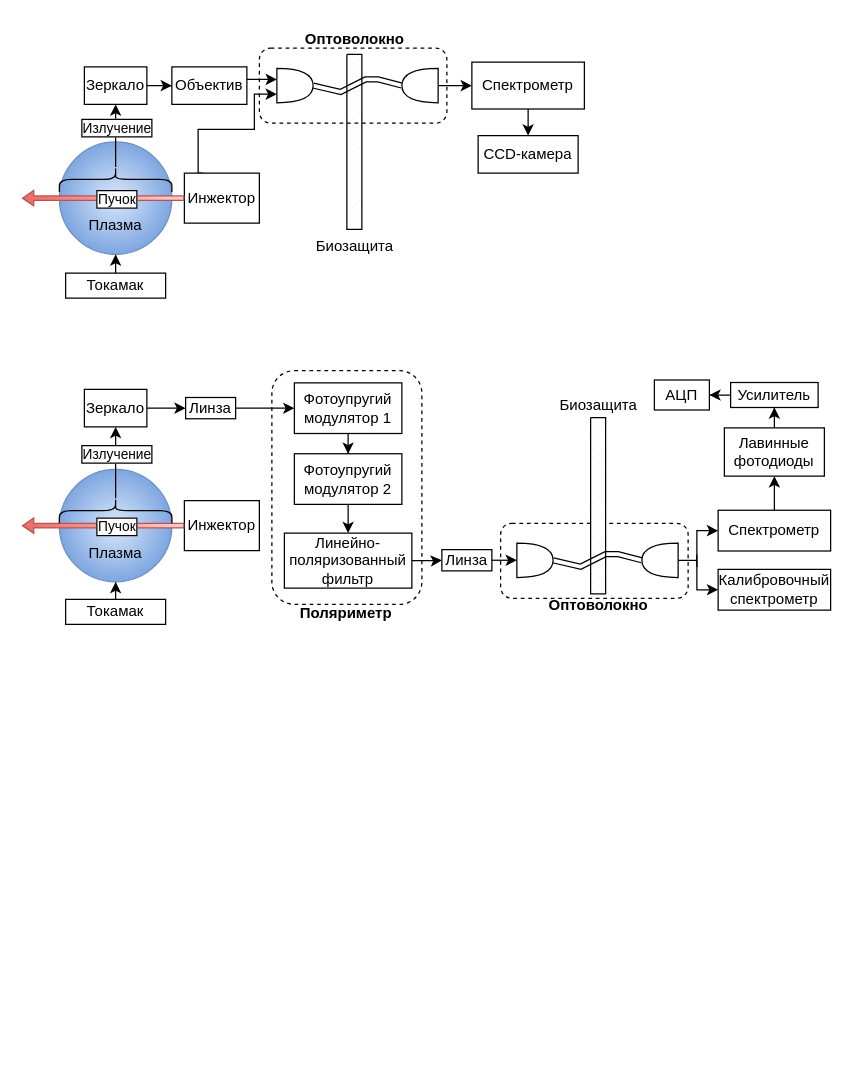
Above: Диаграмма без названия.drawio in Mr-Boshi/diagrams (draw.io), before the change. Source tidied: cells renumbered, new cells numbered last; positions are measured from the earlier drawing's top-left corner, leaving out a move shared by most shapes. Both pictures are drawn from the tidied source at 125%, with x=0, y=0 at pixel (21, 20).
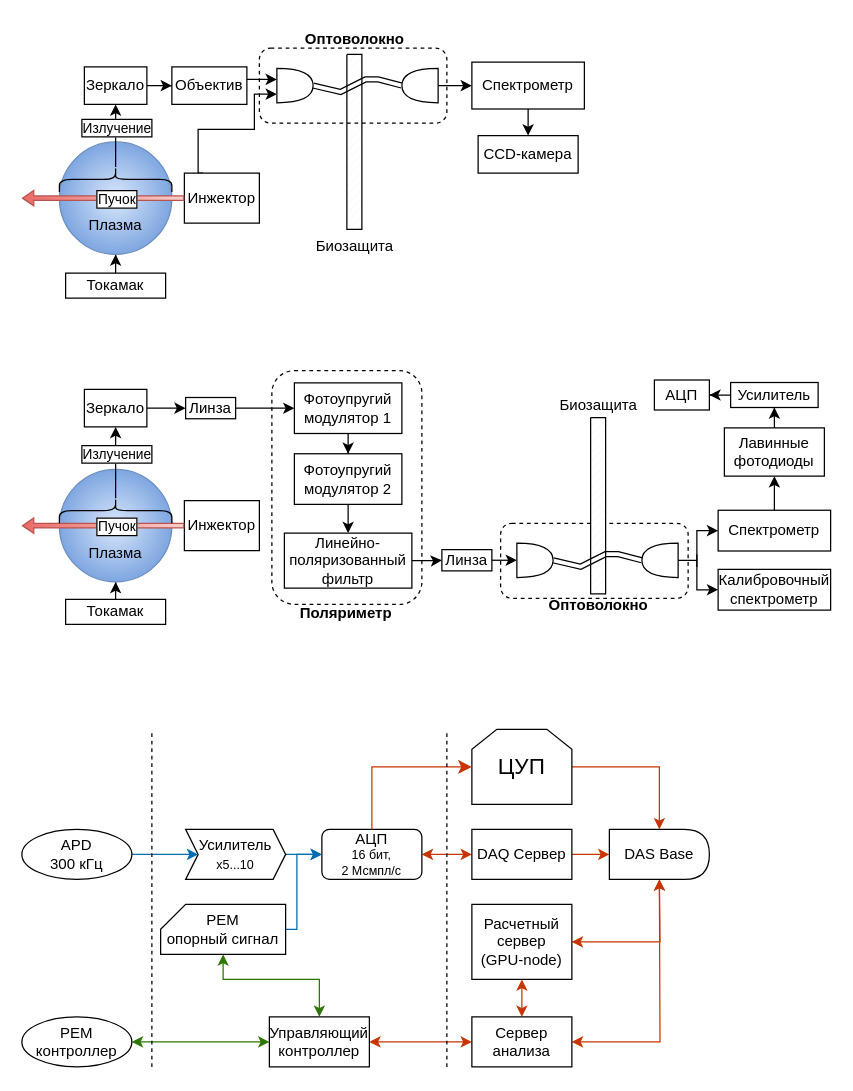
The same page after the edit.

Commit message:
диаграмма системы управления

The edit, as a diff of the source:
```diff
@@
+    <mxCell id="67" style="edgeStyle=orthogonalEdgeStyle;rounded=0;jettySize=auto;html=1;entryX=0.5;entryY=0;entryDx=0;entryDy=0;fillColor=#fa6800;strokeColor=#C73500;" parent="1" edge="1" source="68" target="89">
+      <mxGeometry relative="1" as="geometry" />
+    </mxCell>
+    <mxCell id="68" value="&lt;font style=&quot;font-size: 18px;&quot;&gt;ЦУП&lt;/font&gt;" style="shape=loopLimit;whiteSpace=wrap;html=1;" parent="1" vertex="1">
+      <mxGeometry x="360" y="567" width="80" height="60" as="geometry" />
+    </mxCell>
+    <mxCell id="69" style="edgeStyle=orthogonalEdgeStyle;rounded=0;jettySize=auto;html=1;startArrow=classic;startFill=1;fillColor=#fa6800;strokeColor=#C73500;" parent="1" edge="1" source="70" target="83">
+      <mxGeometry relative="1" as="geometry" />
+    </mxCell>
+    <mxCell id="70" value="&lt;p style=&quot;line-height: 100%;&quot;&gt;АЦП&lt;br&gt;&lt;font style=&quot;font-size: 10px;&quot;&gt;16 бит,&lt;br&gt;2 Мсмпл/с&lt;/font&gt;&lt;/p&gt;" style="rounded=1;whiteSpace=wrap;html=1;" parent="1" vertex="1">
+      <mxGeometry x="240" y="647" width="80" height="40" as="geometry" />
+    </mxCell>
+    <mxCell id="71" style="edgeStyle=orthogonalEdgeStyle;rounded=0;jettySize=auto;html=1;fillColor=#1ba1e2;strokeColor=#006EAF;" parent="1" edge="1" source="72" target="70">
+      <mxGeometry relative="1" as="geometry" />
+    </mxCell>
+    <mxCell id="72" value="Усилитель&lt;br&gt;&lt;font style=&quot;font-size: 10px;&quot;&gt;х5...10&lt;/font&gt;" style="shape=step;perimeter=stepPerimeter;whiteSpace=wrap;html=1;fixedSize=1;size=10;" parent="1" vertex="1">
+      <mxGeometry x="131" y="647" width="80" height="40" as="geometry" />
+    </mxCell>
+    <mxCell id="73" style="edgeStyle=orthogonalEdgeStyle;rounded=0;jettySize=auto;html=1;fillColor=#1ba1e2;strokeColor=#006EAF;" parent="1" edge="1" source="74" target="72">
+      <mxGeometry relative="1" as="geometry" />
+    </mxCell>
+    <mxCell id="74" value="APD&lt;br&gt;300 кГц" style="ellipse;whiteSpace=wrap;html=1;" parent="1" vertex="1">
+      <mxGeometry y="647" width="88" height="40" as="geometry" />
+    </mxCell>
+    <mxCell id="75" style="edgeStyle=orthogonalEdgeStyle;rounded=0;jettySize=auto;html=1;entryX=0;entryY=0.5;entryDx=0;entryDy=0;fillColor=#1ba1e2;strokeColor=#006EAF;" parent="1" edge="1" source="77" target="70">
+      <mxGeometry relative="1" as="geometry">
+        <Array as="points">
+          <mxPoint x="220" y="727" />
+          <mxPoint x="220" y="667" />
+        </Array>
+      </mxGeometry>
+    </mxCell>
+    <mxCell id="76" style="edgeStyle=orthogonalEdgeStyle;rounded=0;jettySize=auto;html=1;entryX=0.5;entryY=0;entryDx=0;entryDy=0;startArrow=classic;startFill=1;fillColor=#60a917;strokeColor=#2D7600;exitX=0.5;exitY=1;exitDx=0;exitDy=0;exitPerimeter=0;" parent="1" edge="1" source="77">
+      <mxGeometry relative="1" as="geometry">
+        <mxPoint x="238" y="797" as="targetPoint" />
+        <Array as="points">
+          <mxPoint x="161" y="767" />
+          <mxPoint x="238" y="767" />
+        </Array>
+      </mxGeometry>
+    </mxCell>
+    <mxCell id="77" value="PEM &lt;br&gt;опорный сигнал" style="shape=card;whiteSpace=wrap;html=1;size=20;" parent="1" vertex="1">
+      <mxGeometry x="111" y="707" width="100" height="40" as="geometry" />
+    </mxCell>
+    <mxCell id="78" style="edgeStyle=orthogonalEdgeStyle;rounded=0;jettySize=auto;html=1;entryX=0;entryY=0.5;entryDx=0;entryDy=0;startArrow=classic;startFill=1;fillColor=#60a917;strokeColor=#2D7600;" parent="1" edge="1" source="79" target="81">
+      <mxGeometry relative="1" as="geometry" />
+    </mxCell>
+    <mxCell id="79" value="PEM контроллер" style="ellipse;whiteSpace=wrap;html=1;" parent="1" vertex="1">
+      <mxGeometry y="797" width="88" height="40" as="geometry" />
+    </mxCell>
+    <mxCell id="80" style="edgeStyle=orthogonalEdgeStyle;rounded=0;jettySize=auto;html=1;startArrow=classic;startFill=1;fillColor=#fa6800;strokeColor=#C73500;" parent="1" edge="1" source="81" target="86">
+      <mxGeometry relative="1" as="geometry" />
+    </mxCell>
+    <mxCell id="81" value="Управляющий контроллер" style="rounded=0;whiteSpace=wrap;html=1;" parent="1" vertex="1">
+      <mxGeometry x="198" y="797" width="80" height="40" as="geometry" />
+    </mxCell>
+    <mxCell id="82" style="edgeStyle=orthogonalEdgeStyle;rounded=0;jettySize=auto;html=1;fillColor=#fa6800;strokeColor=#C73500;" parent="1" edge="1" source="83" target="89">
+      <mxGeometry relative="1" as="geometry" />
+    </mxCell>
+    <mxCell id="83" value="DAQ Сервер" style="rounded=0;whiteSpace=wrap;html=1;" parent="1" vertex="1">
+      <mxGeometry x="360" y="647" width="80" height="40" as="geometry" />
+    </mxCell>
+    <mxCell id="84" style="edgeStyle=orthogonalEdgeStyle;rounded=0;jettySize=auto;html=1;startArrow=classic;startFill=1;fillColor=#fa6800;strokeColor=#C73500;" parent="1" edge="1" source="86" target="88">
+      <mxGeometry relative="1" as="geometry" />
+    </mxCell>
+    <mxCell id="85" style="edgeStyle=orthogonalEdgeStyle;rounded=0;jettySize=auto;html=1;jumpStyle=none;fillColor=#fa6800;strokeColor=#C73500;startArrow=classic;startFill=1;" parent="1" edge="1" source="86">
+      <mxGeometry relative="1" as="geometry">
+        <mxPoint x="510" y="687" as="targetPoint" />
+      </mxGeometry>
+    </mxCell>
+    <mxCell id="86" value="Сервер анализа" style="rounded=0;whiteSpace=wrap;html=1;" parent="1" vertex="1">
+      <mxGeometry x="360" y="797" width="80" height="40" as="geometry" />
+    </mxCell>
+    <mxCell id="87" style="edgeStyle=orthogonalEdgeStyle;rounded=0;jettySize=auto;html=1;fillColor=#fa6800;strokeColor=#C73500;startArrow=classic;startFill=1;" parent="1" edge="1" source="88">
+      <mxGeometry relative="1" as="geometry">
+        <mxPoint x="510" y="687" as="targetPoint" />
+      </mxGeometry>
+    </mxCell>
+    <mxCell id="88" value="Расчетный сервер&lt;br&gt;(GPU-node)" style="rounded=0;whiteSpace=wrap;html=1;" parent="1" vertex="1">
+      <mxGeometry x="360" y="707" width="80" height="60" as="geometry" />
+    </mxCell>
+    <mxCell id="89" value="DAS Base" style="shape=delay;whiteSpace=wrap;html=1;" parent="1" vertex="1">
+      <mxGeometry x="470" y="647" width="80" height="40" as="geometry" />
+    </mxCell>
+    <mxCell id="90" style="edgeStyle=segmentEdgeStyle;endArrow=none;html=1;curved=0;rounded=0;endSize=8;startSize=8;endFill=0;startArrow=classic;startFill=1;entryX=0.5;entryY=0;entryDx=0;entryDy=0;exitX=0;exitY=0.5;exitDx=0;exitDy=0;fillColor=#fa6800;strokeColor=#C73500;" parent="1" edge="1" source="68" target="70">
+      <mxGeometry relative="1" as="geometry" />
+    </mxCell>
+    <mxCell id="91" style="endArrow=none;dashed=1;html=1;rounded=0;" parent="1" edge="1">
+      <mxGeometry relative="1" as="geometry">
+        <mxPoint x="340" y="837" as="sourcePoint" />
+        <mxPoint x="340" y="567" as="targetPoint" />
+      </mxGeometry>
+    </mxCell>
+    <mxCell id="92" style="endArrow=none;dashed=1;html=1;rounded=0;" parent="1" edge="1">
+      <mxGeometry relative="1" as="geometry">
+        <mxPoint x="104" y="837" as="sourcePoint" />
+        <mxPoint x="104" y="567" as="targetPoint" />
+      </mxGeometry>
+    </mxCell>
```
